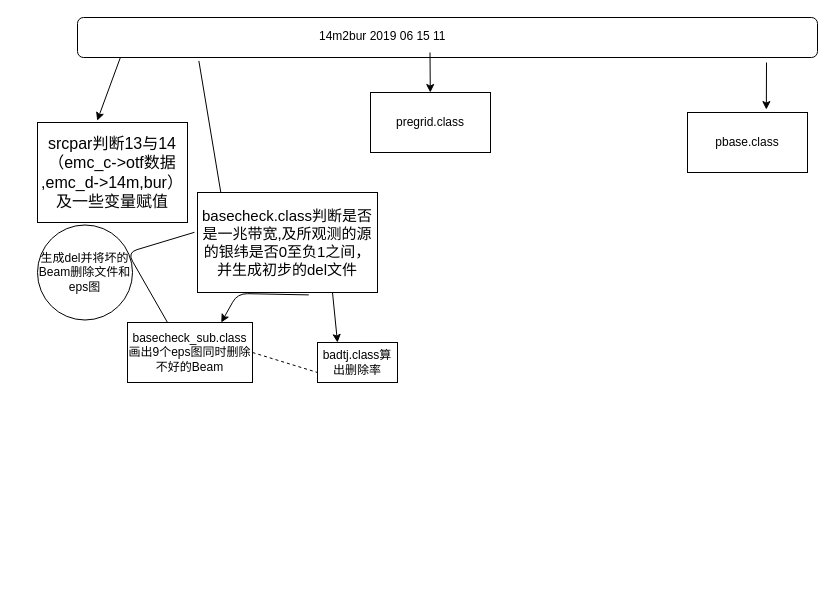
syjin123/jsy keeps this draw.io diagram as 未命名表单.drawio. Above is the earlier version. Source tidied: cells renumbered, new cells numbered last; positions are measured from the earlier drawing's top-left corner, leaving out a move shared by most shapes. Both pictures are drawn from the tidied source at 100%, with x=0, y=0 at pixel (37, 17).
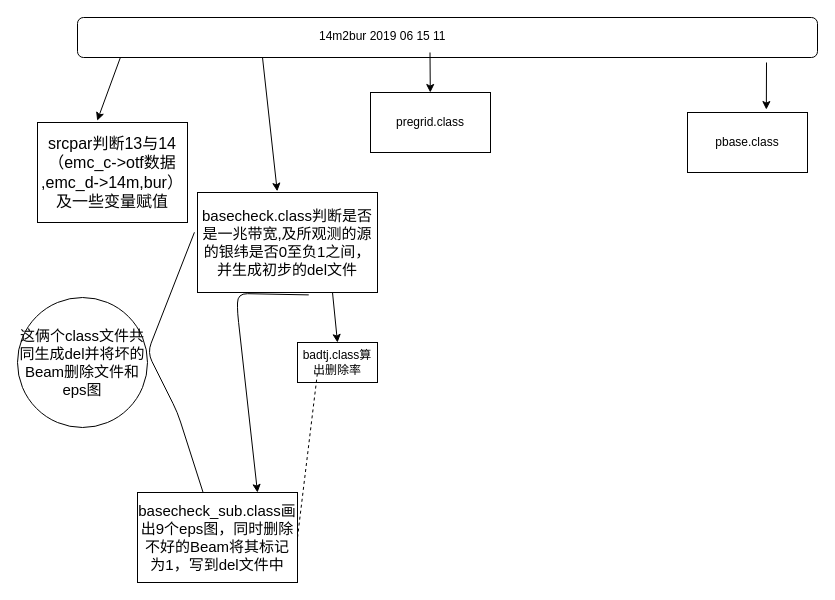
After the change.

Commit message:
更新未命名表单.drawio

The change refers to these unchanged cells:
```xml
<mxCell id="2" style="rounded=1;whiteSpace=wrap;html=1;" parent="1" vertex="1">
  <mxGeometry x="40" width="740" height="40" as="geometry" />
</mxCell>
<mxCell id="6" value="&lt;font style=&quot;font-size: 15px&quot;&gt;basecheck.class判断是否是一兆带宽,及所观测的源的银纬是否0至负1之间，并生成初步的del文件&lt;/font&gt;" style="rounded=0;whiteSpace=wrap;html=1;" parent="1" vertex="1">
  <mxGeometry x="160" y="175" width="180" height="100" as="geometry" />
</mxCell>
```

Change to the diagram source:
```diff
@@
-    <mxCell id="4" style="endArrow=classic;html=1;exitX=0.164;exitY=1.085;exitDx=0;exitDy=0;exitPerimeter=0;" parent="1" edge="1" source="2">
-      <mxGeometry relative="1" as="geometry">
-        <mxPoint x="190" y="215" as="targetPoint" />
-      </mxGeometry>
-    </mxCell>
@@
-    <mxCell id="7" value="basecheck_sub.class画出9个eps图同时删除不好的Beam" style="rounded=0;whiteSpace=wrap;html=1;" parent="1" vertex="1">
-      <mxGeometry x="90" y="305" width="125" height="60" as="geometry" />
+    <mxCell id="7" value="&lt;font style=&quot;font-size: 15px&quot;&gt;basecheck_sub.class画出9个eps图，同时删除不好的Beam将其标记为1，写到del文件中&lt;/font&gt;" style="rounded=0;whiteSpace=wrap;html=1;" parent="1" vertex="1">
+      <mxGeometry x="100" y="475" width="160" height="90" as="geometry" />
     </mxCell>
     <mxCell id="8" style="endArrow=classic;html=1;exitX=0.618;exitY=1.024;exitDx=0;exitDy=0;exitPerimeter=0;entryX=0.75;entryY=0;entryDx=0;entryDy=0;" parent="1" edge="1" source="6" target="7">
       <mxGeometry relative="1" as="geometry">
         <Array as="points">
           <mxPoint x="200" y="276" />
+          <mxPoint x="200" y="295" />
         </Array>
       </mxGeometry>
     </mxCell>
@@
     <mxCell id="10" value="badtj.class算出删除率" style="rounded=0;whiteSpace=wrap;html=1;" parent="1" vertex="1">
-      <mxGeometry x="280" y="325" width="80" height="40" as="geometry" />
+      <mxGeometry x="260" y="325" width="80" height="40" as="geometry" />
     </mxCell>
@@
-    <mxCell id="17" value="生成del并将坏的Beam删除文件和eps图" style="ellipse;whiteSpace=wrap;html=1;" parent="1" vertex="1">
-      <mxGeometry y="207.5" width="95" height="95" as="geometry" />
+    <mxCell id="17" value="&lt;font style=&quot;font-size: 15px&quot;&gt;这俩个class文件共同生成del并将坏的Beam删除文件和eps图&lt;/font&gt;" style="ellipse;whiteSpace=wrap;html=1;" parent="1" vertex="1">
+      <mxGeometry x="-20" y="280" width="130" height="130" as="geometry" />
     </mxCell>
-    <mxCell id="18" style="endArrow=none;html=1;entryX=-0.017;entryY=0.398;entryDx=0;entryDy=0;entryPerimeter=0;" parent="1" edge="1" target="6">
+    <mxCell id="18" style="endArrow=none;html=1;entryX=-0.017;entryY=0.398;entryDx=0;entryDy=0;entryPerimeter=0;" parent="1" edge="1" source="7" target="6">
       <mxGeometry relative="1" as="geometry">
-        <mxPoint x="130" y="305" as="sourcePoint" />
         <Array as="points">
-          <mxPoint x="130" y="305" />
-          <mxPoint x="90" y="235" />
+          <mxPoint x="140" y="395" />
+          <mxPoint x="110" y="335" />
         </Array>
       </mxGeometry>
     </mxCell>
+    <mxCell id="19" style="endArrow=classic;html=1;exitX=0.25;exitY=1;exitDx=0;exitDy=0;entryX=0.443;entryY=-0.012;entryDx=0;entryDy=0;entryPerimeter=0;" parent="1" edge="1" source="2" target="6">
+      <mxGeometry relative="1" as="geometry" />
+    </mxCell>
```
